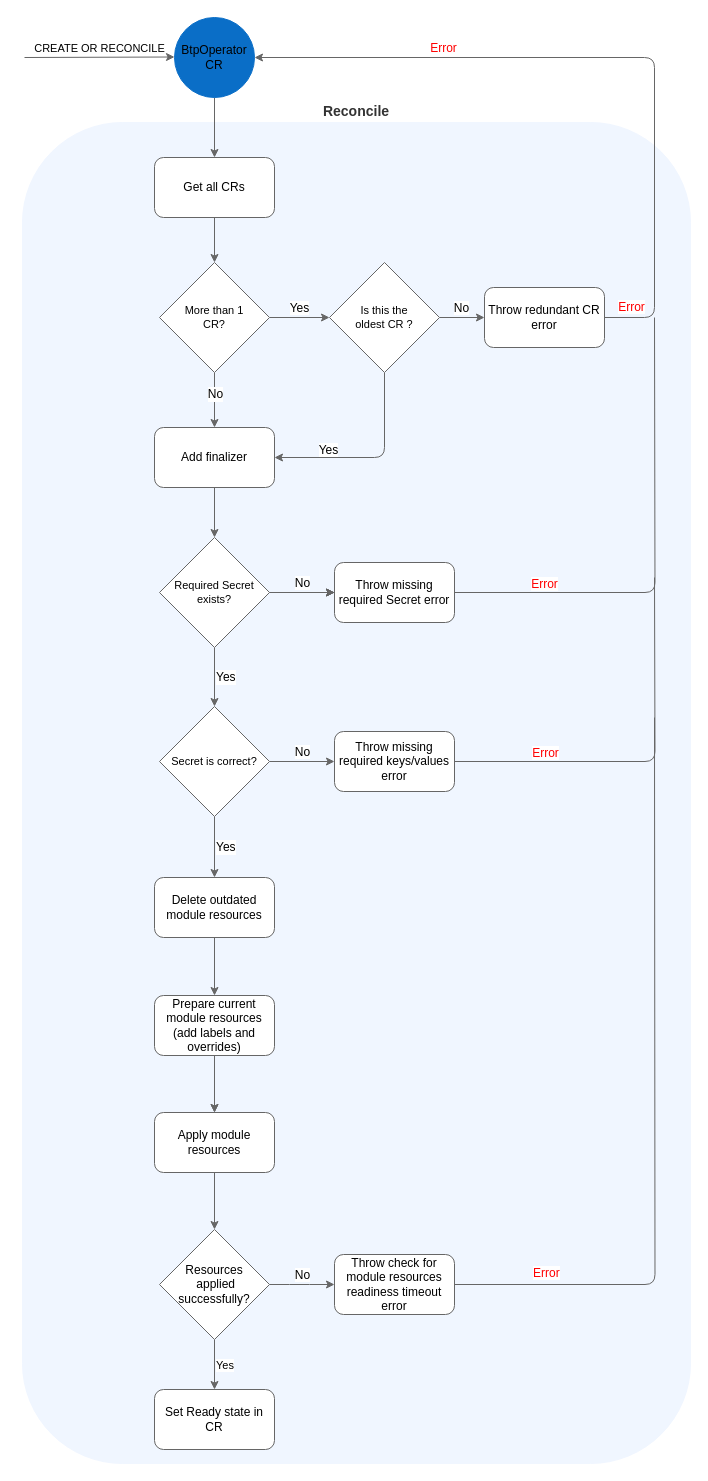
This is docs/assets/activity_provisioning.drawio from kyma-project/btp-manager, a draw.io file, before an edit. Source tidied: cells renumbered, new cells numbered last; positions are measured from the earlier drawing's top-left corner, leaving out a move shared by most shapes. Both pictures are drawn from the tidied source at 100%, with x=0, y=0 at pixel (22, 17).
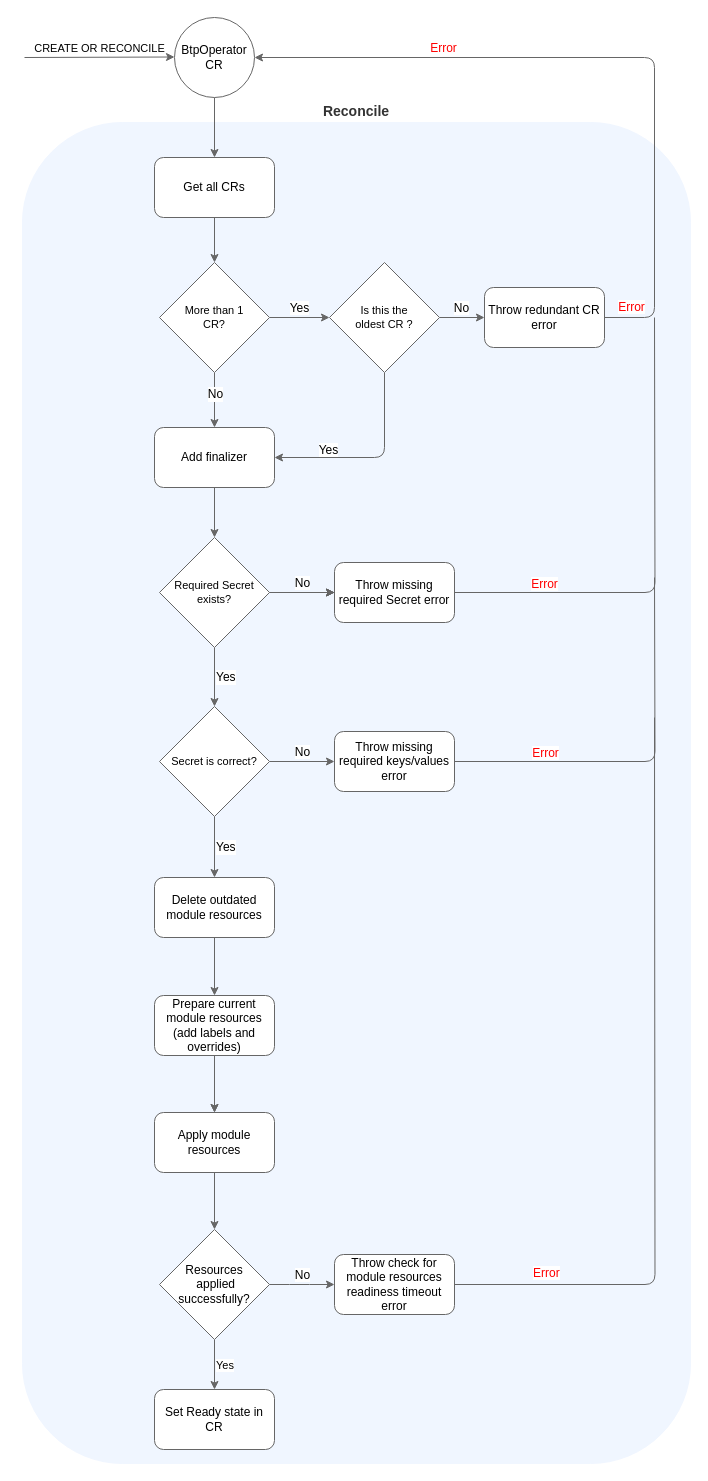
The same page after the edit.

Diff of the diagram source:
```diff
@@
-    <mxCell id="4" value="BtpOperator CR" style="ellipse;whiteSpace=wrap;html=1;align=center;fillColor=#0a6ec7;strokeColor=#0a6ec7;" parent="1" vertex="1">
+    <mxCell id="4" value="BtpOperator CR" style="ellipse;whiteSpace=wrap;html=1;align=center;fillColor=#FFFFFF;strokeColor=#666666;" parent="1" vertex="1">
       <mxGeometry x="152" width="80" height="80" as="geometry" />
     </mxCell>
```
